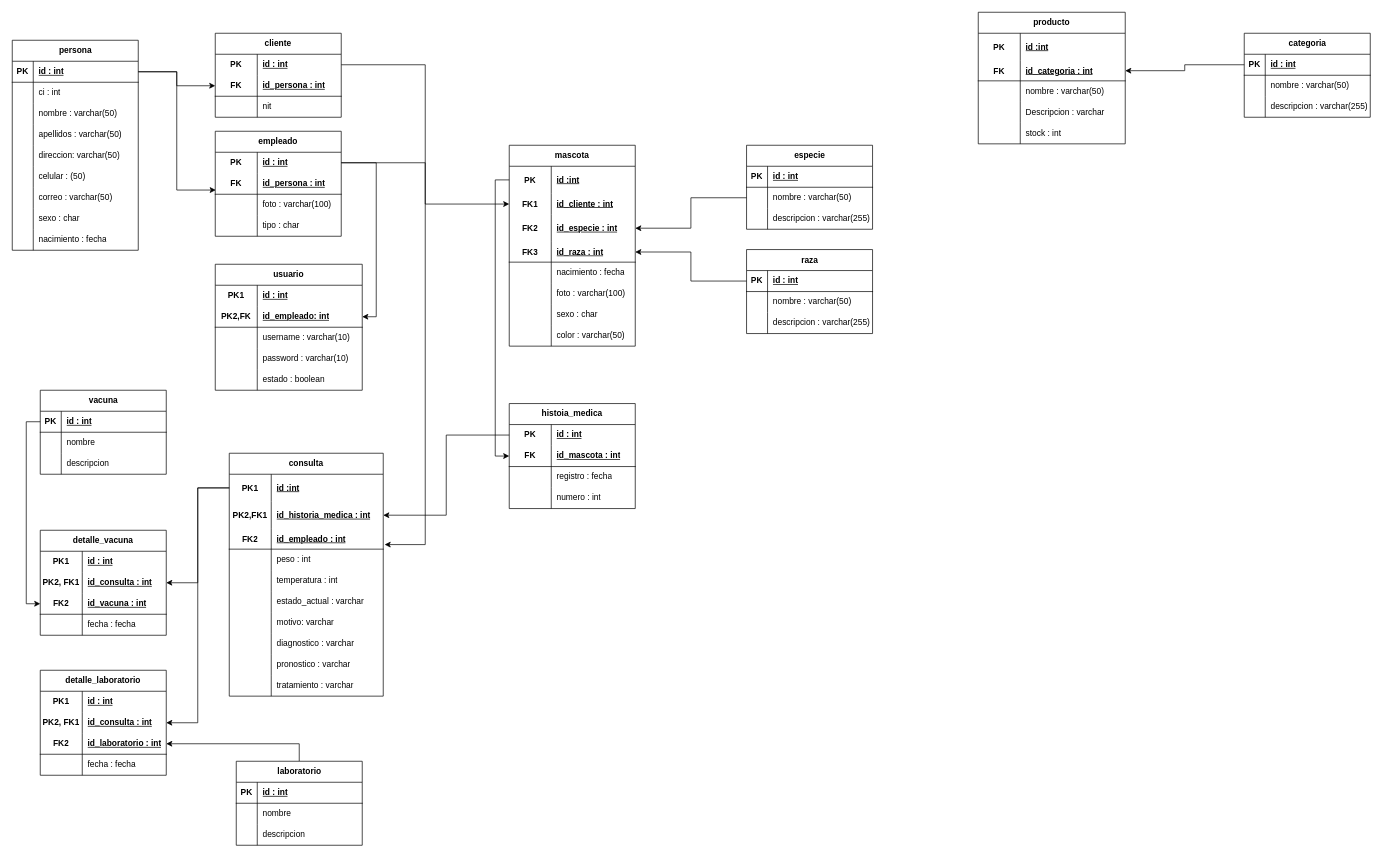
Above: page "Page-1" (1 of 2) of Diagrama sin título.drawio in szubelza93/software (draw.io), before the change. Source tidied: cells renumbered, new cells numbered last; positions are measured from the earlier drawing's top-left corner, leaving out a move shared by most shapes. Both pictures are drawn from the tidied source at 70%, with x=0, y=0 at pixel (12, 12).
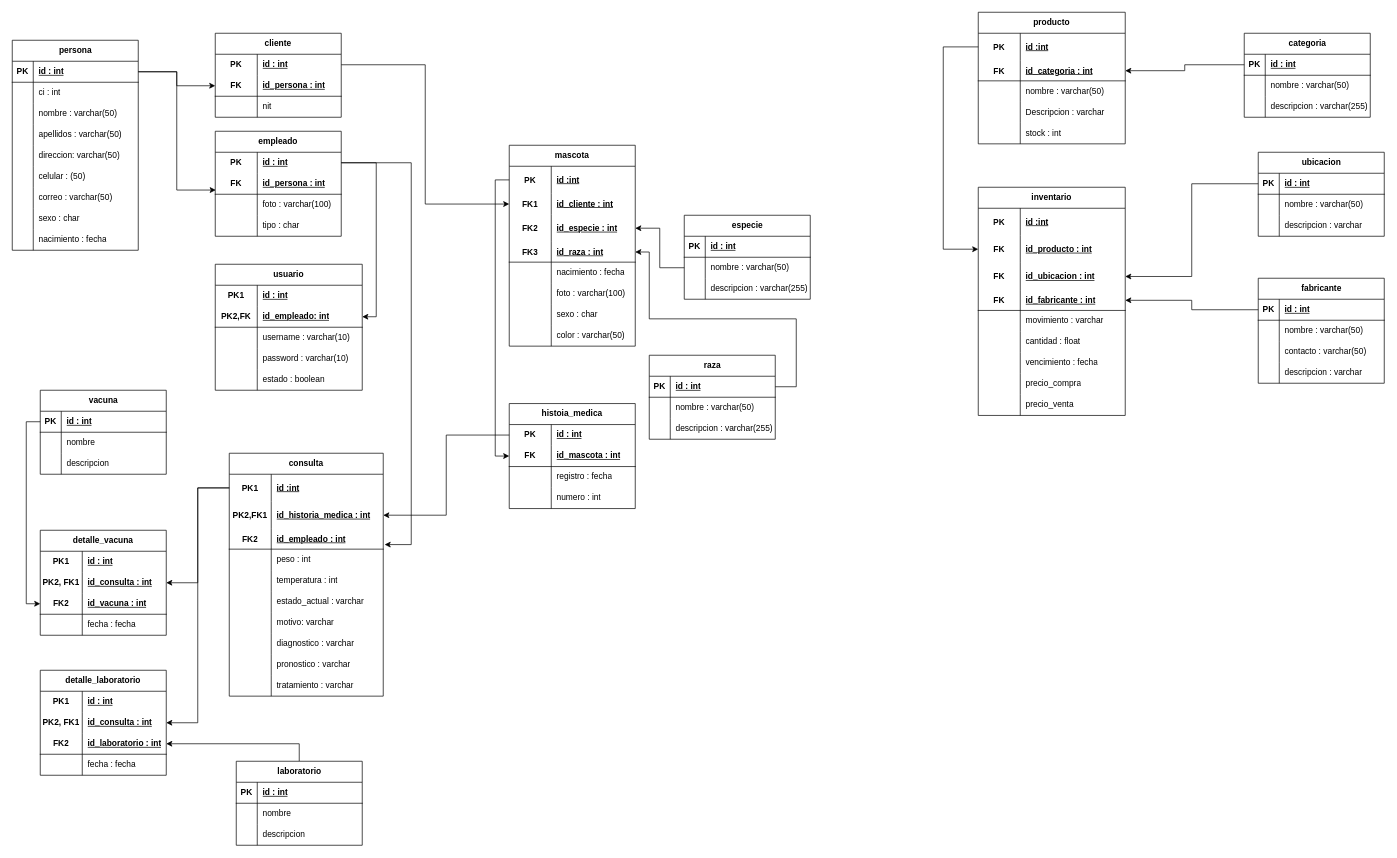
Above is the later version.

Unchanged cells that the change refers to:
```xml
<mxCell id="42" style="shape=tableRow;horizontal=0;startSize=0;swimlaneHead=0;swimlaneBody=0;fillColor=none;points=[[0,0.5],[1,0.5]];portConstraint=eastwest;top=0;left=0;right=0;bottom=0;html=1;" parent="41" vertex="1">
  <mxGeometry y="30" width="180" height="30" as="geometry" />
</mxCell>
<mxCell id="82" style="shape=tableRow;horizontal=0;startSize=0;swimlaneHead=0;swimlaneBody=0;fillColor=none;points=[[0,0.5],[1,0.5]];portConstraint=eastwest;top=0;left=0;right=0;bottom=1;html=1;" parent="72" vertex="1">
  <mxGeometry y="138" width="180" height="29" as="geometry" />
</mxCell>
<mxCell id="109" style="shape=tableRow;horizontal=0;startSize=0;swimlaneHead=0;swimlaneBody=0;fillColor=none;points=[[0,0.5],[1,0.5]];portConstraint=eastwest;top=0;left=0;right=0;bottom=1;" parent="108" vertex="1">
  <mxGeometry y="30" width="180" height="30" as="geometry" />
</mxCell>
<mxCell id="141" style="shape=tableRow;horizontal=0;startSize=0;swimlaneHead=0;swimlaneBody=0;fillColor=none;points=[[0,0.5],[1,0.5]];portConstraint=eastwest;top=0;left=0;right=0;bottom=1;html=1;" parent="134" vertex="1">
  <mxGeometry y="108" width="220" height="29" as="geometry" />
</mxCell>
<mxCell id="228" style="shape=tableRow;horizontal=0;startSize=0;swimlaneHead=0;swimlaneBody=0;fillColor=none;points=[[0,0.5],[1,0.5]];portConstraint=eastwest;top=0;left=0;right=0;bottom=0;html=1;" parent="227" vertex="1">
  <mxGeometry y="30" width="210" height="39" as="geometry" />
</mxCell>
```

Diff of the diagram source:
```diff
@@
     <mxCell id="98" value="especie" style="shape=table;startSize=30;childLayout=tableLayout;rowLines=0;fontStyle=1;align=center;html=1;" parent="1" vertex="1">
-      <mxGeometry x="1049" y="190" width="180" height="120" as="geometry" />
+      <mxGeometry x="960" y="290" width="180" height="120" as="geometry" />
     </mxCell>
@@
     <mxCell id="108" value="raza" style="shape=table;startSize=30;childLayout=tableLayout;rowLines=0;fontStyle=1;align=center;html=1;" parent="1" vertex="1">
-      <mxGeometry x="1049" y="339" width="180" height="120" as="geometry" />
+      <mxGeometry x="910" y="490" width="180" height="120" as="geometry" />
     </mxCell>
@@
     <mxCell id="119" style="edgeStyle=orthogonalEdgeStyle;rounded=0;jettySize=auto;html=1;entryX=1;entryY=0.5;entryDx=0;entryDy=0;" parent="1" edge="1" source="109" target="82">
-      <mxGeometry relative="1" as="geometry" />
+      <mxGeometry relative="1" as="geometry">
+        <Array as="points">
+          <mxPoint x="1120" y="535" />
+          <mxPoint x="1120" y="438" />
+          <mxPoint x="910" y="438" />
+          <mxPoint x="910" y="342" />
+        </Array>
+      </mxGeometry>
     </mxCell>
@@
     <mxCell id="191" style="edgeStyle=orthogonalEdgeStyle;rounded=0;jettySize=auto;html=1;entryX=1.009;entryY=0.775;entryDx=0;entryDy=0;entryPerimeter=0;" parent="1" edge="1" source="42" target="141">
       <mxGeometry relative="1" as="geometry">
         <Array as="points">
-          <mxPoint x="590" y="215" />
-          <mxPoint x="590" y="760" />
+          <mxPoint x="570" y="215" />
+          <mxPoint x="570" y="760" />
         </Array>
       </mxGeometry>
     </mxCell>
@@
+    <mxCell id="244" value="fabricante" style="shape=table;startSize=30;childLayout=tableLayout;rowLines=0;fontStyle=1;align=center;html=1;" parent="1" vertex="1">
+      <mxGeometry x="1780" y="380" width="180" height="150" as="geometry" />
+    </mxCell>
+    <mxCell id="245" style="shape=tableRow;horizontal=0;startSize=0;swimlaneHead=0;swimlaneBody=0;fillColor=none;points=[[0,0.5],[1,0.5]];portConstraint=eastwest;top=0;left=0;right=0;bottom=1;" parent="244" vertex="1">
+      <mxGeometry y="30" width="180" height="30" as="geometry" />
+    </mxCell>
+    <mxCell id="246" value="PK" style="shape=partialRectangle;fillColor=none;top=0;left=0;bottom=0;right=0;fontStyle=1;overflow=hidden;whiteSpace=wrap;html=1;" parent="245" vertex="1">
+      <mxGeometry width="30" height="30" as="geometry" />
+    </mxCell>
+    <mxCell id="247" value="id : int" style="shape=partialRectangle;fillColor=none;top=0;left=0;bottom=0;right=0;align=left;spacingLeft=6;fontStyle=5;overflow=hidden;whiteSpace=wrap;html=1;" parent="245" vertex="1">
+      <mxGeometry x="30" width="150" height="30" as="geometry" />
+    </mxCell>
+    <mxCell id="248" style="shape=tableRow;horizontal=0;startSize=0;swimlaneHead=0;swimlaneBody=0;fillColor=none;top=0;left=0;right=0;bottom=0;" parent="244" vertex="1">
+      <mxGeometry y="60" width="180" height="30" as="geometry" />
+    </mxCell>
+    <mxCell id="249" style="shape=partialRectangle;fillColor=none;top=0;left=0;bottom=0;right=0;overflow=hidden;whiteSpace=wrap;html=1;" parent="248" vertex="1">
+      <mxGeometry width="30" height="30" as="geometry" />
+    </mxCell>
+    <mxCell id="250" value="nombre : varchar(50)" style="shape=partialRectangle;fillColor=none;top=0;left=0;bottom=0;right=0;align=left;spacingLeft=6;overflow=hidden;whiteSpace=wrap;html=1;" parent="248" vertex="1">
+      <mxGeometry x="30" width="150" height="30" as="geometry" />
+    </mxCell>
+    <mxCell id="251" style="shape=tableRow;horizontal=0;startSize=0;swimlaneHead=0;swimlaneBody=0;fillColor=none;top=0;left=0;right=0;bottom=0;" parent="244" vertex="1">
+      <mxGeometry y="90" width="180" height="30" as="geometry" />
+    </mxCell>
+    <mxCell id="252" style="shape=partialRectangle;fillColor=none;top=0;left=0;bottom=0;right=0;overflow=hidden;whiteSpace=wrap;html=1;" parent="251" vertex="1">
+      <mxGeometry width="30" height="30" as="geometry" />
+    </mxCell>
+    <mxCell id="253" value="contacto : varchar(50)" style="shape=partialRectangle;fillColor=none;top=0;left=0;bottom=0;right=0;align=left;spacingLeft=6;overflow=hidden;whiteSpace=wrap;html=1;" parent="251" vertex="1">
+      <mxGeometry x="30" width="150" height="30" as="geometry" />
+    </mxCell>
+    <mxCell id="254" style="shape=tableRow;horizontal=0;startSize=0;swimlaneHead=0;swimlaneBody=0;fillColor=none;top=0;left=0;right=0;bottom=0;" parent="244" vertex="1">
+      <mxGeometry y="120" width="180" height="30" as="geometry" />
+    </mxCell>
+    <mxCell id="255" style="shape=partialRectangle;fillColor=none;top=0;left=0;bottom=0;right=0;overflow=hidden;whiteSpace=wrap;html=1;" parent="254" vertex="1">
+      <mxGeometry width="30" height="30" as="geometry" />
+    </mxCell>
+    <mxCell id="256" value="descripcion : varchar" style="shape=partialRectangle;fillColor=none;top=0;left=0;bottom=0;right=0;align=left;spacingLeft=6;overflow=hidden;whiteSpace=wrap;html=1;" parent="254" vertex="1">
+      <mxGeometry x="30" width="150" height="30" as="geometry" />
+    </mxCell>
+    <mxCell id="257" value="inventario" style="shape=table;startSize=30;childLayout=tableLayout;rowLines=0;fontStyle=1;align=center;html=1;whiteSpace=wrap;" parent="1" vertex="1">
+      <mxGeometry x="1380" y="250" width="210" height="326" as="geometry" />
+    </mxCell>
+    <mxCell id="258" style="shape=tableRow;horizontal=0;startSize=0;swimlaneHead=0;swimlaneBody=0;fillColor=none;top=0;left=0;right=0;bottom=0;html=1;" parent="257" vertex="1">
+      <mxGeometry y="30" width="210" height="39" as="geometry" />
+    </mxCell>
+    <mxCell id="259" value="PK" style="shape=partialRectangle;fillColor=none;top=0;left=0;bottom=0;right=0;fontStyle=1;overflow=hidden;html=1;whiteSpace=wrap;" parent="258" vertex="1">
+      <mxGeometry width="60" height="39" as="geometry" />
+    </mxCell>
+    <mxCell id="260" value="id :int" style="shape=partialRectangle;fillColor=none;top=0;left=0;bottom=0;right=0;align=left;spacingLeft=6;fontStyle=5;overflow=hidden;html=1;whiteSpace=wrap;" parent="258" vertex="1">
+      <mxGeometry x="60" width="150" height="39" as="geometry" />
+    </mxCell>
+    <mxCell id="261" style="shape=tableRow;horizontal=0;startSize=0;swimlaneHead=0;swimlaneBody=0;fillColor=none;points=[[0,0.5],[1,0.5]];portConstraint=eastwest;top=0;left=0;right=0;bottom=0;html=1;" parent="257" vertex="1">
+      <mxGeometry y="69" width="210" height="39" as="geometry" />
+    </mxCell>
+    <mxCell id="262" value="FK" style="shape=partialRectangle;fillColor=none;top=0;left=0;bottom=0;right=0;fontStyle=1;overflow=hidden;html=1;whiteSpace=wrap;" parent="261" vertex="1">
+      <mxGeometry width="60" height="39" as="geometry" />
+    </mxCell>
+    <mxCell id="263" value="id_producto : int" style="shape=partialRectangle;fillColor=none;top=0;left=0;bottom=0;right=0;align=left;spacingLeft=6;fontStyle=5;overflow=hidden;html=1;whiteSpace=wrap;" parent="261" vertex="1">
+      <mxGeometry x="60" width="150" height="39" as="geometry" />
+    </mxCell>
+    <mxCell id="264" style="shape=tableRow;horizontal=0;startSize=0;swimlaneHead=0;swimlaneBody=0;fillColor=none;points=[[0,0.5],[1,0.5]];portConstraint=eastwest;top=0;left=0;right=0;bottom=0;html=1;" parent="257" vertex="1">
+      <mxGeometry y="108" width="210" height="39" as="geometry" />
+    </mxCell>
+    <mxCell id="265" value="FK" style="shape=partialRectangle;fillColor=none;top=0;left=0;bottom=0;right=0;fontStyle=1;overflow=hidden;html=1;whiteSpace=wrap;" parent="264" vertex="1">
+      <mxGeometry width="60" height="39" as="geometry" />
+    </mxCell>
+    <mxCell id="266" value="id_ubicacion : int" style="shape=partialRectangle;fillColor=none;top=0;left=0;bottom=0;right=0;align=left;spacingLeft=6;fontStyle=5;overflow=hidden;html=1;whiteSpace=wrap;" parent="264" vertex="1">
+      <mxGeometry x="60" width="150" height="39" as="geometry" />
+    </mxCell>
+    <mxCell id="267" style="shape=tableRow;horizontal=0;startSize=0;swimlaneHead=0;swimlaneBody=0;fillColor=none;points=[[0,0.5],[1,0.5]];portConstraint=eastwest;top=0;left=0;right=0;bottom=1;html=1;" parent="257" vertex="1">
+      <mxGeometry y="147" width="210" height="29" as="geometry" />
+    </mxCell>
+    <mxCell id="268" value="FK" style="shape=partialRectangle;fillColor=none;top=0;left=0;bottom=0;right=0;fontStyle=1;overflow=hidden;html=1;whiteSpace=wrap;" parent="267" vertex="1">
+      <mxGeometry width="60" height="29" as="geometry" />
+    </mxCell>
+    <mxCell id="269" value="id_fabricante : int" style="shape=partialRectangle;fillColor=none;top=0;left=0;bottom=0;right=0;align=left;spacingLeft=6;fontStyle=5;overflow=hidden;html=1;whiteSpace=wrap;" parent="267" vertex="1">
+      <mxGeometry x="60" width="150" height="29" as="geometry" />
+    </mxCell>
+    <mxCell id="270" style="shape=tableRow;horizontal=0;startSize=0;swimlaneHead=0;swimlaneBody=0;fillColor=none;top=0;left=0;right=0;bottom=0;html=1;" parent="257" vertex="1">
+      <mxGeometry y="176" width="210" height="30" as="geometry" />
+    </mxCell>
+    <mxCell id="271" style="shape=partialRectangle;fillColor=none;top=0;left=0;bottom=0;right=0;overflow=hidden;html=1;whiteSpace=wrap;" parent="270" vertex="1">
+      <mxGeometry width="60" height="30" as="geometry" />
+    </mxCell>
+    <mxCell id="272" value="movimiento : varchar" style="shape=partialRectangle;fillColor=none;top=0;left=0;bottom=0;right=0;align=left;spacingLeft=6;overflow=hidden;html=1;whiteSpace=wrap;" parent="270" vertex="1">
+      <mxGeometry x="60" width="150" height="30" as="geometry" />
+    </mxCell>
+    <mxCell id="273" style="shape=tableRow;horizontal=0;startSize=0;swimlaneHead=0;swimlaneBody=0;fillColor=none;top=0;left=0;right=0;bottom=0;html=1;" parent="257" vertex="1">
+      <mxGeometry y="206" width="210" height="30" as="geometry" />
+    </mxCell>
+    <mxCell id="274" style="shape=partialRectangle;fillColor=none;top=0;left=0;bottom=0;right=0;overflow=hidden;html=1;whiteSpace=wrap;" parent="273" vertex="1">
+      <mxGeometry width="60" height="30" as="geometry" />
+    </mxCell>
+    <mxCell id="275" value="cantidad : float" style="shape=partialRectangle;fillColor=none;top=0;left=0;bottom=0;right=0;align=left;spacingLeft=6;overflow=hidden;html=1;whiteSpace=wrap;" parent="273" vertex="1">
+      <mxGeometry x="60" width="150" height="30" as="geometry" />
+    </mxCell>
+    <mxCell id="276" style="shape=tableRow;horizontal=0;startSize=0;swimlaneHead=0;swimlaneBody=0;fillColor=none;top=0;left=0;right=0;bottom=0;html=1;" parent="257" vertex="1">
+      <mxGeometry y="236" width="210" height="30" as="geometry" />
+    </mxCell>
+    <mxCell id="277" style="shape=partialRectangle;fillColor=none;top=0;left=0;bottom=0;right=0;overflow=hidden;html=1;whiteSpace=wrap;" parent="276" vertex="1">
+      <mxGeometry width="60" height="30" as="geometry" />
+    </mxCell>
+    <mxCell id="278" value="vencimiento : fecha" style="shape=partialRectangle;fillColor=none;top=0;left=0;bottom=0;right=0;align=left;spacingLeft=6;overflow=hidden;html=1;whiteSpace=wrap;" parent="276" vertex="1">
+      <mxGeometry x="60" width="150" height="30" as="geometry" />
+    </mxCell>
+    <mxCell id="279" style="shape=tableRow;horizontal=0;startSize=0;swimlaneHead=0;swimlaneBody=0;fillColor=none;top=0;left=0;right=0;bottom=0;html=1;" parent="257" vertex="1">
+      <mxGeometry y="266" width="210" height="30" as="geometry" />
+    </mxCell>
+    <mxCell id="280" style="shape=partialRectangle;fillColor=none;top=0;left=0;bottom=0;right=0;overflow=hidden;html=1;whiteSpace=wrap;" parent="279" vertex="1">
+      <mxGeometry width="60" height="30" as="geometry" />
+    </mxCell>
+    <mxCell id="281" value="precio_compra" style="shape=partialRectangle;fillColor=none;top=0;left=0;bottom=0;right=0;align=left;spacingLeft=6;overflow=hidden;html=1;whiteSpace=wrap;" parent="279" vertex="1">
+      <mxGeometry x="60" width="150" height="30" as="geometry" />
+    </mxCell>
+    <mxCell id="282" style="shape=tableRow;horizontal=0;startSize=0;swimlaneHead=0;swimlaneBody=0;fillColor=none;top=0;left=0;right=0;bottom=0;html=1;" parent="257" vertex="1">
+      <mxGeometry y="296" width="210" height="30" as="geometry" />
+    </mxCell>
+    <mxCell id="283" style="shape=partialRectangle;fillColor=none;top=0;left=0;bottom=0;right=0;overflow=hidden;html=1;whiteSpace=wrap;" parent="282" vertex="1">
+      <mxGeometry width="60" height="30" as="geometry" />
+    </mxCell>
+    <mxCell id="284" value="precio_venta" style="shape=partialRectangle;fillColor=none;top=0;left=0;bottom=0;right=0;align=left;spacingLeft=6;overflow=hidden;html=1;whiteSpace=wrap;" parent="282" vertex="1">
+      <mxGeometry x="60" width="150" height="30" as="geometry" />
+    </mxCell>
+    <mxCell id="285" value="ubicacion" style="shape=table;startSize=30;childLayout=tableLayout;rowLines=0;fontStyle=1;align=center;html=1;" parent="1" vertex="1">
+      <mxGeometry x="1780" y="200" width="180" height="120" as="geometry" />
+    </mxCell>
+    <mxCell id="286" style="shape=tableRow;horizontal=0;startSize=0;swimlaneHead=0;swimlaneBody=0;fillColor=none;points=[[0,0.5],[1,0.5]];portConstraint=eastwest;top=0;left=0;right=0;bottom=1;" parent="285" vertex="1">
+      <mxGeometry y="30" width="180" height="30" as="geometry" />
+    </mxCell>
+    <mxCell id="287" value="PK" style="shape=partialRectangle;fillColor=none;top=0;left=0;bottom=0;right=0;fontStyle=1;overflow=hidden;whiteSpace=wrap;html=1;" parent="286" vertex="1">
+      <mxGeometry width="30" height="30" as="geometry" />
+    </mxCell>
+    <mxCell id="288" value="id : int" style="shape=partialRectangle;fillColor=none;top=0;left=0;bottom=0;right=0;align=left;spacingLeft=6;fontStyle=5;overflow=hidden;whiteSpace=wrap;html=1;" parent="286" vertex="1">
+      <mxGeometry x="30" width="150" height="30" as="geometry" />
+    </mxCell>
+    <mxCell id="289" style="shape=tableRow;horizontal=0;startSize=0;swimlaneHead=0;swimlaneBody=0;fillColor=none;top=0;left=0;right=0;bottom=0;" parent="285" vertex="1">
+      <mxGeometry y="60" width="180" height="30" as="geometry" />
+    </mxCell>
+    <mxCell id="290" style="shape=partialRectangle;fillColor=none;top=0;left=0;bottom=0;right=0;overflow=hidden;whiteSpace=wrap;html=1;" parent="289" vertex="1">
+      <mxGeometry width="30" height="30" as="geometry" />
+    </mxCell>
+    <mxCell id="291" value="nombre : varchar(50)" style="shape=partialRectangle;fillColor=none;top=0;left=0;bottom=0;right=0;align=left;spacingLeft=6;overflow=hidden;whiteSpace=wrap;html=1;" parent="289" vertex="1">
+      <mxGeometry x="30" width="150" height="30" as="geometry" />
+    </mxCell>
+    <mxCell id="292" style="shape=tableRow;horizontal=0;startSize=0;swimlaneHead=0;swimlaneBody=0;fillColor=none;top=0;left=0;right=0;bottom=0;" parent="285" vertex="1">
+      <mxGeometry y="90" width="180" height="30" as="geometry" />
+    </mxCell>
+    <mxCell id="293" style="shape=partialRectangle;fillColor=none;top=0;left=0;bottom=0;right=0;overflow=hidden;whiteSpace=wrap;html=1;" parent="292" vertex="1">
+      <mxGeometry width="30" height="30" as="geometry" />
+    </mxCell>
+    <mxCell id="294" value="descripcion : varchar" style="shape=partialRectangle;fillColor=none;top=0;left=0;bottom=0;right=0;align=left;spacingLeft=6;overflow=hidden;whiteSpace=wrap;html=1;" parent="292" vertex="1">
+      <mxGeometry x="30" width="150" height="30" as="geometry" />
+    </mxCell>
+    <mxCell id="295" style="edgeStyle=orthogonalEdgeStyle;rounded=0;jettySize=auto;html=1;" parent="1" edge="1" source="286" target="264">
+      <mxGeometry relative="1" as="geometry" />
+    </mxCell>
+    <mxCell id="296" style="edgeStyle=orthogonalEdgeStyle;rounded=0;jettySize=auto;html=1;" parent="1" edge="1" source="245" target="267">
+      <mxGeometry relative="1" as="geometry" />
+    </mxCell>
+    <mxCell id="297" style="edgeStyle=orthogonalEdgeStyle;rounded=0;jettySize=auto;html=1;entryX=0;entryY=0.5;entryDx=0;entryDy=0;" parent="1" edge="1" source="228" target="261">
+      <mxGeometry relative="1" as="geometry">
+        <Array as="points">
+          <mxPoint x="1330" y="50" />
+          <mxPoint x="1330" y="338" />
+        </Array>
+      </mxGeometry>
+    </mxCell>
```
